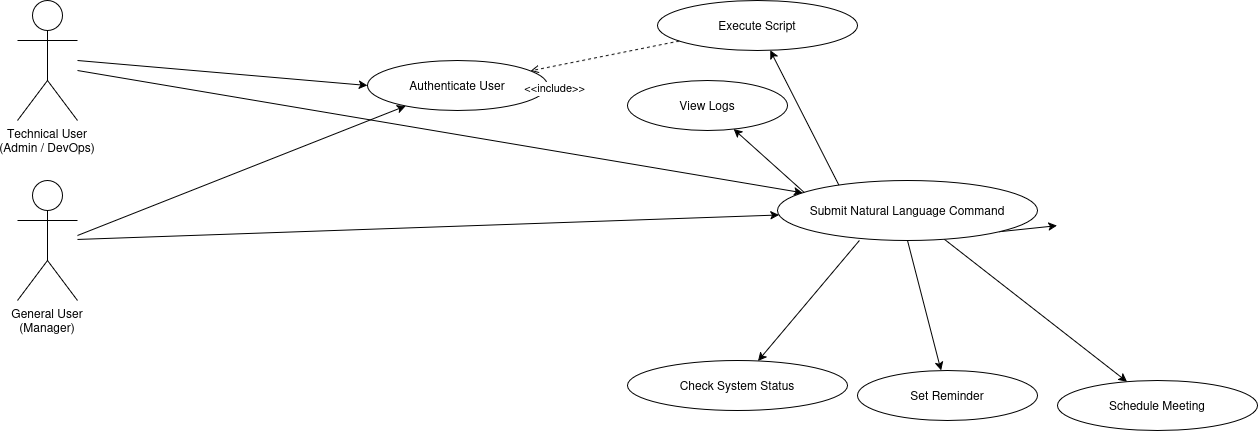
This is 2_UML/uml_diagram.png from iampruh887/CS331, a draw.io export, as it was before one commit. Source tidied: cells renumbered, new cells last; positions are measured from the earlier drawing's top-left corner, leaving out a move shared by most shapes.
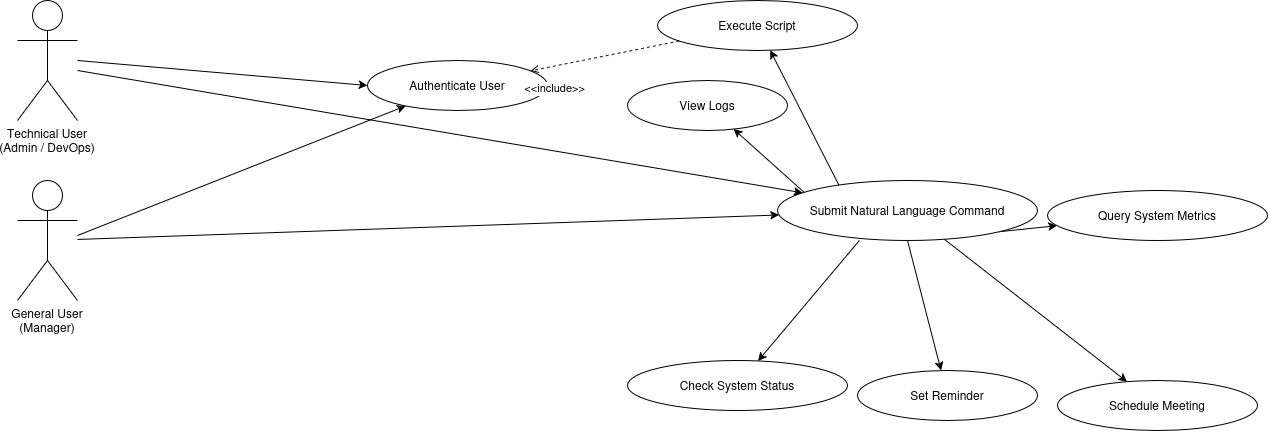
The same diagram one commit later.

Change to the diagram source:
```diff
@@ -29,10 +29,8 @@
     <mxCell id="8" style="exitX=0.335;exitY=0.917;exitDx=0;exitDy=0;exitPerimeter=0;" parent="1" edge="1" source="15" target="16">
       <mxGeometry relative="1" as="geometry" />
     </mxCell>
-    <mxCell id="9" style="exitX=1;exitY=1;exitDx=0;exitDy=0;" parent="1" edge="1" source="15">
-      <mxGeometry relative="1" as="geometry">
-        <mxPoint x="1039.5" y="225.2" as="targetPoint" />
-      </mxGeometry>
+    <mxCell id="9" style="exitX=1;exitY=1;exitDx=0;exitDy=0;" parent="1" edge="1" source="15" target="22">
+      <mxGeometry relative="1" as="geometry" />
     </mxCell>
     <mxCell id="10" style="exitX=0.296;exitY=0.95;exitDx=0;exitDy=0;exitPerimeter=0;" parent="1" edge="1" source="15" target="17">
       <mxGeometry relative="1" as="geometry" />
@@ -55,6 +53,9 @@
     <mxCell id="16" value="Execute Script" style="ellipse;whiteSpace=wrap;html=1;" parent="1" vertex="1">
       <mxGeometry x="640" width="200" height="50" as="geometry" />
     </mxCell>
+    <mxCell id="22" value="Query System Metrics" style="ellipse;whiteSpace=wrap;html=1;" parent="1" vertex="1">
+      <mxGeometry x="1030" y="190" width="220" height="50" as="geometry" />
+    </mxCell>
     <mxCell id="17" value="View Logs" style="ellipse;whiteSpace=wrap;html=1;" parent="1" vertex="1">
       <mxGeometry x="610" y="80" width="160" height="50" as="geometry" />
     </mxCell>
```
